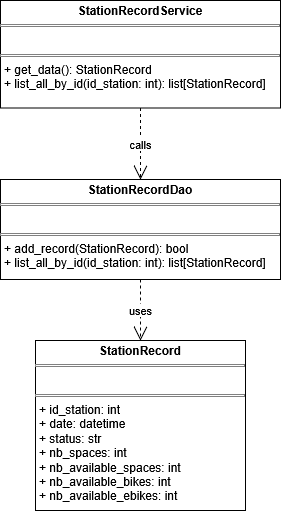
Before: doc/rapport_analyse/img/diag_classes_record.png, a diagram exported from draw.io (Eddboy-ensai/ensai-it-project-2a-team14). Source tidied: cells renumbered, new cells last; positions are measured from the earlier drawing's top-left corner, leaving out a move shared by most shapes. Source of this version:
```xml
<mxGraphModel>
  <root>
    <mxCell id="0" />
    <mxCell id="1" parent="0" />
    <mxCell id="2" value="&lt;p style=&quot;margin:0px;margin-top:4px;text-align:center;&quot;&gt;&lt;b&gt;StationRecordService&lt;/b&gt;&lt;/p&gt;&lt;hr size=&quot;1&quot; style=&quot;border-style:solid;&quot;&gt;&lt;p style=&quot;margin:0px;margin-left:4px;&quot;&gt;&lt;br&gt;&lt;/p&gt;&lt;hr size=&quot;1&quot; style=&quot;border-style:solid;&quot;&gt;&lt;p style=&quot;margin:0px;margin-left:4px;&quot;&gt;+ get_data():&amp;nbsp;StationRecord&lt;/p&gt;&lt;p style=&quot;margin:0px;margin-left:4px;&quot;&gt;+ list_all_by_id(id_station: int): list[StationRecord]&lt;/p&gt;" style="verticalAlign=top;align=left;overflow=fill;html=1;whiteSpace=wrap;" parent="1" vertex="1">
      <mxGeometry width="280" height="107.5" as="geometry" />
    </mxCell>
    <mxCell id="3" value="&lt;p style=&quot;margin:0px;margin-top:4px;text-align:center;&quot;&gt;&lt;b&gt;StationRecordDao&lt;/b&gt;&lt;/p&gt;&lt;hr size=&quot;1&quot; style=&quot;border-style:solid;&quot;&gt;&lt;p style=&quot;margin:0px;margin-left:4px;&quot;&gt;&lt;br&gt;&lt;/p&gt;&lt;hr size=&quot;1&quot; style=&quot;border-style:solid;&quot;&gt;&lt;p style=&quot;margin:0px;margin-left:4px;&quot;&gt;+ add_record(StationRecord): bool&lt;/p&gt;&lt;p style=&quot;margin:0px;margin-left:4px;&quot;&gt;+ list_all_by_id(id_station: int): list[StationRecord]&lt;/p&gt;" style="verticalAlign=top;align=left;overflow=fill;html=1;whiteSpace=wrap;" parent="1" vertex="1">
      <mxGeometry y="179" width="280" height="100" as="geometry" />
    </mxCell>
    <mxCell id="4" value="calls" style="endArrow=open;endSize=12;dashed=1;html=1;rounded=0;exitX=0.5;exitY=1;exitDx=0;exitDy=0;entryX=0.5;entryY=0;entryDx=0;entryDy=0;" parent="1" edge="1" source="2" target="3">
      <mxGeometry relative="1" as="geometry" />
    </mxCell>
    <mxCell id="5" value="&lt;p style=&quot;margin:0px;margin-top:4px;text-align:center;&quot;&gt;&lt;b&gt;StationRecord&lt;/b&gt;&lt;/p&gt;&lt;hr size=&quot;1&quot; style=&quot;border-style:solid;&quot;&gt;&lt;p style=&quot;margin:0px;margin-left:4px;&quot;&gt;&lt;br&gt;&lt;/p&gt;&lt;hr size=&quot;1&quot; style=&quot;border-style:solid;&quot;&gt;&lt;p style=&quot;margin:0px;margin-left:4px;&quot;&gt;+ id_station: int&lt;/p&gt;&lt;p style=&quot;margin:0px;margin-left:4px;&quot;&gt;+ date: datetime&lt;/p&gt;&lt;p style=&quot;margin:0px;margin-left:4px;&quot;&gt;+ status: str&lt;/p&gt;&lt;p style=&quot;margin:0px;margin-left:4px;&quot;&gt;+ nb_spaces: int&lt;/p&gt;&lt;p style=&quot;margin:0px;margin-left:4px;&quot;&gt;+ nb_available_spaces: int&lt;/p&gt;&lt;p style=&quot;margin:0px;margin-left:4px;&quot;&gt;+ nb_available_bikes: int&lt;/p&gt;&lt;p style=&quot;margin:0px;margin-left:4px;&quot;&gt;+ nb_available_ebikes: int&lt;/p&gt;" style="verticalAlign=top;align=left;overflow=fill;html=1;whiteSpace=wrap;" parent="1" vertex="1">
      <mxGeometry x="35" y="340" width="210" height="170" as="geometry" />
    </mxCell>
    <mxCell id="6" value="uses" style="endArrow=open;endSize=12;dashed=1;html=1;rounded=0;exitX=0.5;exitY=1;exitDx=0;exitDy=0;entryX=0.5;entryY=0;entryDx=0;entryDy=0;" parent="1" edge="1" source="3" target="5">
      <mxGeometry relative="1" as="geometry" />
    </mxCell>
    <mxCell id="7" style="edgeStyle=orthogonalEdgeStyle;rounded=0;orthogonalLoop=1;jettySize=auto;html=1;innerLoopWaypoints=1;exitX=0.5;exitY=1;exitDx=0;exitDy=0;" parent="1" edge="1" source="3" target="3">
      <mxGeometry relative="1" as="geometry" />
    </mxCell>
  </root>
</mxGraphModel>
```
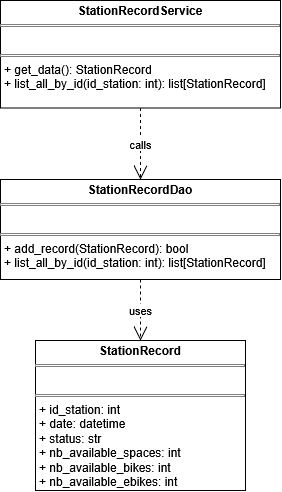
After the commit.

Change to the diagram source:
```diff
@@ -11,10 +11,10 @@
     <mxCell id="4" value="calls" style="endArrow=open;endSize=12;dashed=1;html=1;rounded=0;exitX=0.5;exitY=1;exitDx=0;exitDy=0;entryX=0.5;entryY=0;entryDx=0;entryDy=0;" parent="1" edge="1" source="2" target="3">
       <mxGeometry relative="1" as="geometry" />
     </mxCell>
-    <mxCell id="5" value="&lt;p style=&quot;margin:0px;margin-top:4px;text-align:center;&quot;&gt;&lt;b&gt;StationRecord&lt;/b&gt;&lt;/p&gt;&lt;hr size=&quot;1&quot; style=&quot;border-style:solid;&quot;&gt;&lt;p style=&quot;margin:0px;margin-left:4px;&quot;&gt;&lt;br&gt;&lt;/p&gt;&lt;hr size=&quot;1&quot; style=&quot;border-style:solid;&quot;&gt;&lt;p style=&quot;margin:0px;margin-left:4px;&quot;&gt;+ id_station: int&lt;/p&gt;&lt;p style=&quot;margin:0px;margin-left:4px;&quot;&gt;+ date: datetime&lt;/p&gt;&lt;p style=&quot;margin:0px;margin-left:4px;&quot;&gt;+ status: str&lt;/p&gt;&lt;p style=&quot;margin:0px;margin-left:4px;&quot;&gt;+ nb_spaces: int&lt;/p&gt;&lt;p style=&quot;margin:0px;margin-left:4px;&quot;&gt;+ nb_available_spaces: int&lt;/p&gt;&lt;p style=&quot;margin:0px;margin-left:4px;&quot;&gt;+ nb_available_bikes: int&lt;/p&gt;&lt;p style=&quot;margin:0px;margin-left:4px;&quot;&gt;+ nb_available_ebikes: int&lt;/p&gt;" style="verticalAlign=top;align=left;overflow=fill;html=1;whiteSpace=wrap;" parent="1" vertex="1">
-      <mxGeometry x="35" y="340" width="210" height="170" as="geometry" />
-    </mxCell>
+    <mxCell id="8" value="&lt;p style=&quot;margin:0px;margin-top:4px;text-align:center;&quot;&gt;&lt;b&gt;StationRecord&lt;/b&gt;&lt;/p&gt;&lt;hr size=&quot;1&quot; style=&quot;border-style:solid;&quot;&gt;&lt;p style=&quot;margin:0px;margin-left:4px;&quot;&gt;&lt;br&gt;&lt;/p&gt;&lt;hr size=&quot;1&quot; style=&quot;border-style:solid;&quot;&gt;&lt;p style=&quot;margin:0px;margin-left:4px;&quot;&gt;+ id_station: int&lt;/p&gt;&lt;p style=&quot;margin:0px;margin-left:4px;&quot;&gt;+ date: datetime&lt;/p&gt;&lt;p style=&quot;margin:0px;margin-left:4px;&quot;&gt;+ status: str&lt;/p&gt;&lt;p style=&quot;margin:0px;margin-left:4px;&quot;&gt;+ nb_available_spaces: int&lt;/p&gt;&lt;p style=&quot;margin:0px;margin-left:4px;&quot;&gt;+ nb_available_bikes: int&lt;/p&gt;&lt;p style=&quot;margin:0px;margin-left:4px;&quot;&gt;+ nb_available_ebikes: int&lt;/p&gt;" style="verticalAlign=top;align=left;overflow=fill;html=1;whiteSpace=wrap;" parent="1" vertex="1">
+      <mxGeometry x="35" y="340" width="210" height="150" as="geometry" />
+    </mxCell>
-    <mxCell id="6" value="uses" style="endArrow=open;endSize=12;dashed=1;html=1;rounded=0;exitX=0.5;exitY=1;exitDx=0;exitDy=0;entryX=0.5;entryY=0;entryDx=0;entryDy=0;" parent="1" edge="1" source="3" target="5">
+    <mxCell id="6" value="uses" style="endArrow=open;endSize=12;dashed=1;html=1;rounded=0;exitX=0.5;exitY=1;exitDx=0;exitDy=0;entryX=0.5;entryY=0;entryDx=0;entryDy=0;" parent="1" edge="1" source="3" target="8">
       <mxGeometry relative="1" as="geometry" />
     </mxCell>
     <mxCell id="7" style="edgeStyle=orthogonalEdgeStyle;rounded=0;orthogonalLoop=1;jettySize=auto;html=1;innerLoopWaypoints=1;exitX=0.5;exitY=1;exitDx=0;exitDy=0;" parent="1" edge="1" source="3" target="3">
```
